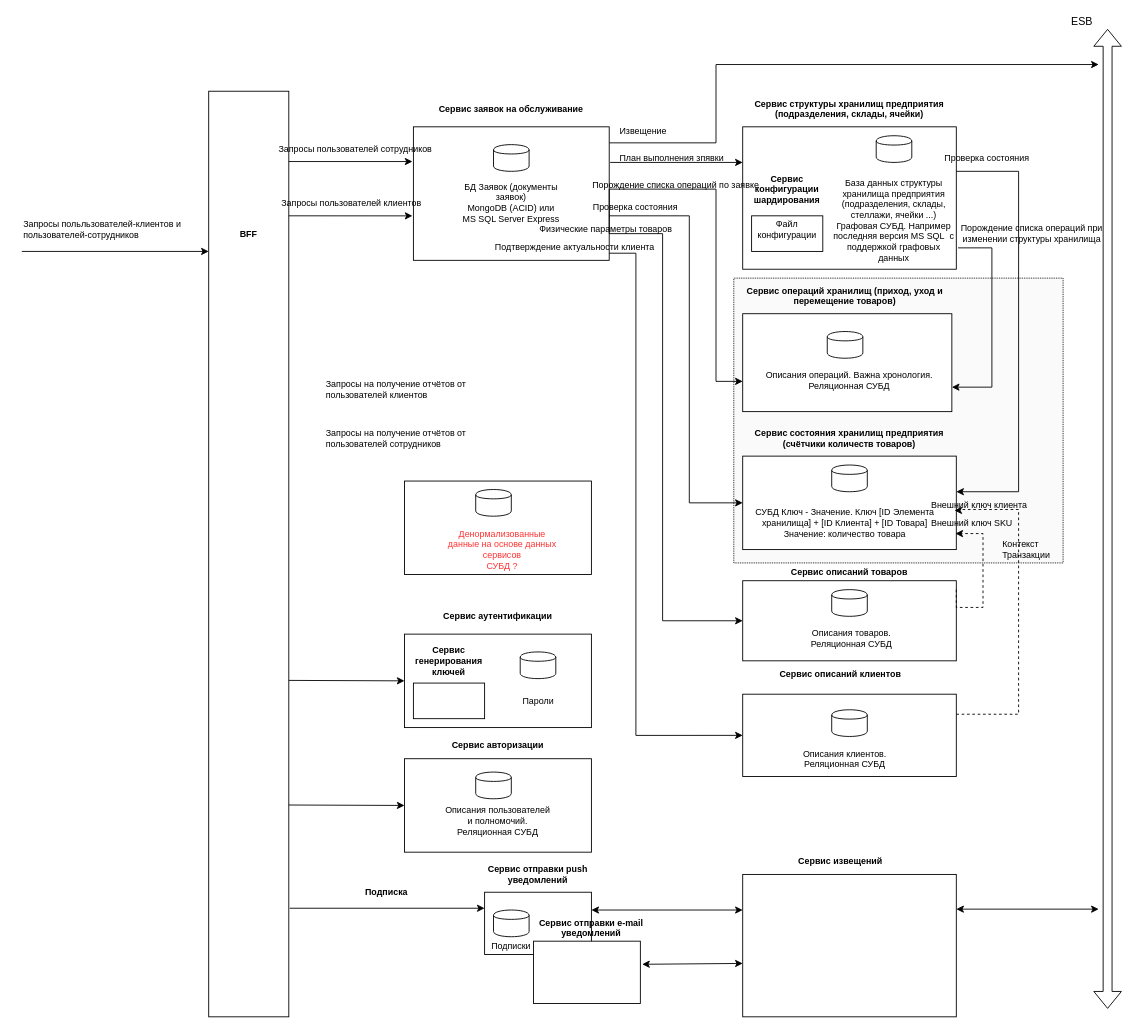
Kiselb/Software-Architect-2019-11 keeps this draw.io diagram as apw (21).drawio. Above is the earlier version. Source tidied: cells renumbered, new cells numbered last; positions are measured from the earlier drawing's top-left corner, leaving out a move shared by most shapes. Both pictures are drawn from the tidied source at 89%, with x=0, y=0 at pixel (21, 28).
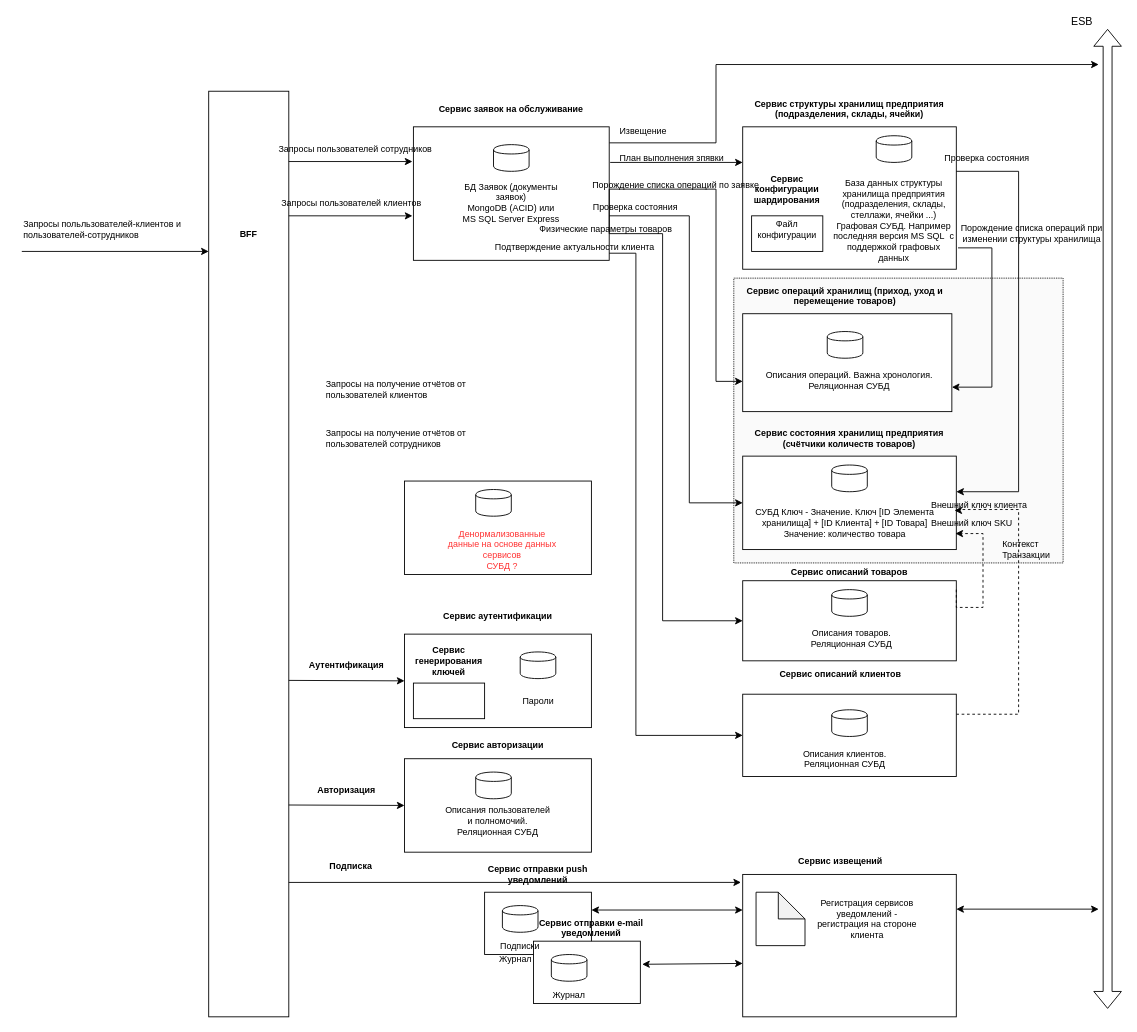
After the change.

The change refers to these unchanged cells:
```xml
<mxCell id="65" style="rounded=0;whiteSpace=wrap;html=1;fontSize=10;" parent="1" vertex="1">
  <mxGeometry x="810" y="950" width="240" height="160" as="geometry" />
</mxCell>
```

Change to the diagram source:
```diff
@@
-    <mxCell id="61" style="endArrow=classic;html=1;" parent="1" edge="1">
+    <mxCell id="61" style="endArrow=classic;html=1;entryX=-0.008;entryY=0.056;entryDx=0;entryDy=0;entryPerimeter=0;" parent="1" edge="1" target="65">
       <mxGeometry relative="1" as="geometry">
-        <mxPoint x="301" y="988" as="sourcePoint" />
-        <mxPoint x="520" y="988" as="targetPoint" />
+        <mxPoint x="300" y="959" as="sourcePoint" />
       </mxGeometry>
     </mxCell>
     <mxCell id="62" value="Подписка" style="text;html=1;strokeColor=none;fillColor=none;align=center;verticalAlign=middle;whiteSpace=wrap;rounded=0;fontSize=10;fontStyle=1;" parent="1" vertex="1">
-      <mxGeometry x="350" y="960" width="120" height="20" as="geometry" />
+      <mxGeometry x="310" y="930" width="120" height="20" as="geometry" />
     </mxCell>
     <mxCell id="63" style="shape=cylinder;whiteSpace=wrap;html=1;boundedLbl=1;backgroundOutline=1;" parent="1" vertex="1">
-      <mxGeometry x="530" y="990" width="40" height="30" as="geometry" />
+      <mxGeometry x="540" y="985" width="40" height="30" as="geometry" />
     </mxCell>
     <mxCell id="64" value="Подписки" style="text;html=1;strokeColor=none;fillColor=none;align=center;verticalAlign=middle;whiteSpace=wrap;rounded=0;fontSize=10;" parent="1" vertex="1">
-      <mxGeometry x="525" y="1015" width="50" height="30" as="geometry" />
+      <mxGeometry x="535" y="1015" width="50" height="30" as="geometry" />
     </mxCell>
@@
+    <mxCell id="92" style="shape=cylinder;whiteSpace=wrap;html=1;boundedLbl=1;backgroundOutline=1;" parent="1" vertex="1">
+      <mxGeometry x="595" y="1040" width="40" height="30" as="geometry" />
+    </mxCell>
+    <mxCell id="93" value="Журнал" style="text;html=1;strokeColor=none;fillColor=none;align=center;verticalAlign=middle;whiteSpace=wrap;rounded=0;fontSize=10;" parent="1" vertex="1">
+      <mxGeometry x="590" y="1070" width="50" height="30" as="geometry" />
+    </mxCell>
+    <mxCell id="94" value="Регистрация сервисов уведомлений - регистрация на стороне клиента" style="text;html=1;strokeColor=none;fillColor=none;align=center;verticalAlign=middle;whiteSpace=wrap;rounded=0;fontSize=10;fontStyle=0;" parent="1" vertex="1">
+      <mxGeometry x="890" y="962.5" width="120" height="75" as="geometry" />
+    </mxCell>
+    <mxCell id="95" style="shape=note;whiteSpace=wrap;html=1;backgroundOutline=1;darkOpacity=0.05;" parent="1" vertex="1">
+      <mxGeometry x="825" y="970" width="55" height="60" as="geometry" />
+    </mxCell>
+    <mxCell id="96" value="Журнал" style="text;html=1;strokeColor=none;fillColor=none;align=center;verticalAlign=middle;whiteSpace=wrap;rounded=0;fontSize=10;" parent="1" vertex="1">
+      <mxGeometry x="530" y="1030" width="50" height="30" as="geometry" />
+    </mxCell>
+    <mxCell id="97" value="Аутентификация" style="text;html=1;strokeColor=none;fillColor=none;align=center;verticalAlign=middle;whiteSpace=wrap;rounded=0;fontSize=10;fontStyle=1;" parent="1" vertex="1">
+      <mxGeometry x="260" y="705" width="210" height="20" as="geometry" />
+    </mxCell>
+    <mxCell id="98" value="Авторизация" style="text;html=1;strokeColor=none;fillColor=none;align=center;verticalAlign=middle;whiteSpace=wrap;rounded=0;fontSize=10;fontStyle=1;" parent="1" vertex="1">
+      <mxGeometry x="260" y="845" width="210" height="20" as="geometry" />
+    </mxCell>
```
